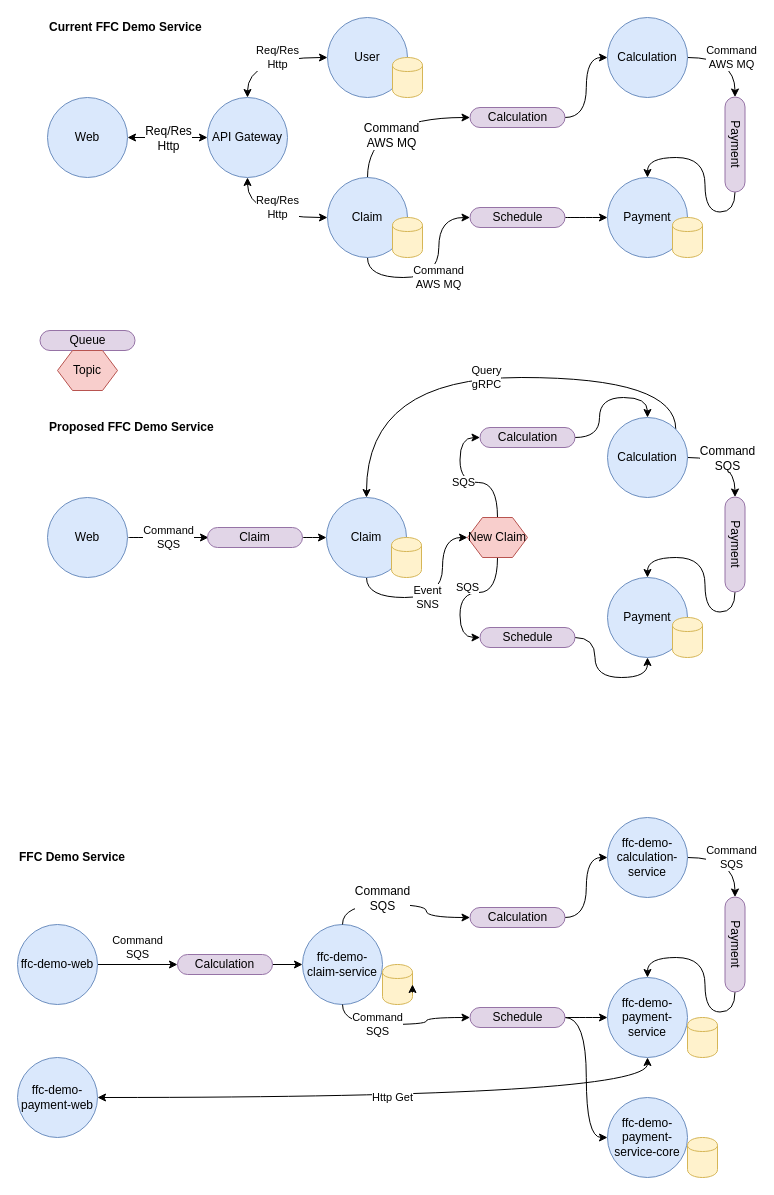
Earlier version of the draw.io diagram FFC Demo Service.drawio (johnwatson484/diagrams). Source tidied: cells renumbered, new cells numbered last; positions are measured from the earlier drawing's top-left corner, leaving out a move shared by most shapes. Both pictures are drawn from the tidied source at 100%, with x=0, y=0 at pixel (17, 17).
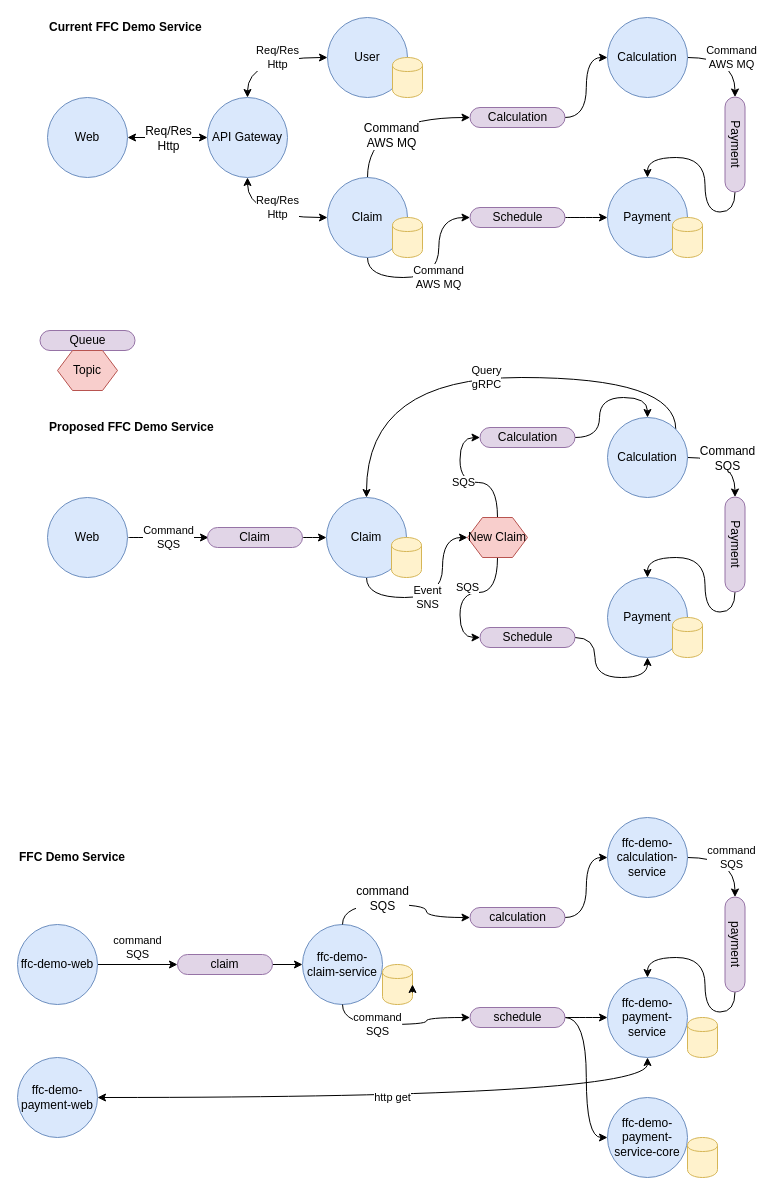
Above is the later version.

The change refers to these unchanged cells:
```xml
<mxCell id="2" value="ffc-demo-claim-service" style="ellipse;whiteSpace=wrap;html=1;fillColor=#dae8fc;strokeColor=#6c8ebf;" parent="1" vertex="1">
  <mxGeometry x="285" y="907" width="80" height="80" as="geometry" />
</mxCell>
<mxCell id="53" value="ffc-demo-web" style="ellipse;whiteSpace=wrap;html=1;fillColor=#dae8fc;strokeColor=#6c8ebf;" parent="1" vertex="1">
  <mxGeometry y="907" width="80" height="80" as="geometry" />
</mxCell>
<mxCell id="55" value="ffc-demo-calculation-service" style="ellipse;whiteSpace=wrap;html=1;fillColor=#dae8fc;strokeColor=#6c8ebf;" parent="1" vertex="1">
  <mxGeometry x="590" y="800" width="80" height="80" as="geometry" />
</mxCell>
<mxCell id="56" value="ffc-demo-payment-service" style="ellipse;whiteSpace=wrap;html=1;fillColor=#dae8fc;strokeColor=#6c8ebf;" parent="1" vertex="1">
  <mxGeometry x="590" y="960" width="80" height="80" as="geometry" />
</mxCell>
<mxCell id="58" style="edgeStyle=orthogonalEdgeStyle;curved=1;jumpStyle=arc;jettySize=auto;html=1;exitX=0.5;exitY=0;exitDx=0;exitDy=0;entryX=0;entryY=0.5;entryDx=0;entryDy=0;" parent="1" edge="1" source="2" target="63">
  <mxGeometry relative="1" as="geometry" />
</mxCell>
<mxCell id="73" value="ffc-demo-payment-web" style="ellipse;whiteSpace=wrap;html=1;fillColor=#dae8fc;strokeColor=#6c8ebf;" parent="1" vertex="1">
  <mxGeometry y="1040" width="80" height="80" as="geometry" />
</mxCell>
```

Change to the diagram source:
```diff
@@
-    <mxCell id="52" value="Command &lt;br&gt;SQS" style="edgeStyle=orthogonalEdgeStyle;rounded=0;jettySize=auto;html=1;" parent="1" edge="1" source="53" target="71">
+    <mxCell id="52" value="command &lt;br&gt;SQS" style="edgeStyle=orthogonalEdgeStyle;rounded=0;jettySize=auto;html=1;" parent="1" edge="1" source="53" target="71">
       <mxGeometry y="17" relative="1" as="geometry" />
     </mxCell>
@@
-    <mxCell id="54" value="Command&lt;br&gt;SQS" style="edgeStyle=orthogonalEdgeStyle;curved=1;jumpStyle=arc;jettySize=auto;html=1;exitX=1;exitY=0.5;exitDx=0;exitDy=0;entryX=0;entryY=0.5;entryDx=0;entryDy=0;" parent="1" edge="1" source="55" target="68">
+    <mxCell id="54" value="command&lt;br&gt;SQS" style="edgeStyle=orthogonalEdgeStyle;curved=1;jumpStyle=arc;jettySize=auto;html=1;exitX=1;exitY=0.5;exitDx=0;exitDy=0;entryX=0;entryY=0.5;entryDx=0;entryDy=0;" parent="1" edge="1" source="55" target="68">
       <mxGeometry relative="1" as="geometry" />
     </mxCell>
@@
-    <mxCell id="57" value="Command&lt;br&gt;SQS" style="edgeStyle=orthogonalEdgeStyle;jumpStyle=arc;jettySize=auto;html=1;exitX=0.5;exitY=1;exitDx=0;exitDy=0;entryX=0;entryY=0.5;entryDx=0;entryDy=0;curved=1;" parent="1" edge="1" source="2" target="66">
+    <mxCell id="57" value="command&lt;br&gt;SQS" style="edgeStyle=orthogonalEdgeStyle;jumpStyle=arc;jettySize=auto;html=1;exitX=0.5;exitY=1;exitDx=0;exitDy=0;entryX=0;entryY=0.5;entryDx=0;entryDy=0;curved=1;" parent="1" edge="1" source="2" target="66">
       <mxGeometry x="-0.29" relative="1" as="geometry" />
     </mxCell>
@@
-    <mxCell id="59" value="Command&lt;br&gt;SQS" style="text;html=1;align=center;verticalAlign=middle;labelBackgroundColor=#ffffff;fontColor=#000000;" parent="58" vertex="1">
+    <mxCell id="59" value="command&lt;br&gt;SQS" style="text;html=1;align=center;verticalAlign=middle;labelBackgroundColor=#ffffff;fontColor=#000000;" parent="58" vertex="1">
       <mxGeometry x="-0.47" y="-23" relative="1" as="geometry">
         <mxPoint x="16.7" y="-30" as="offset" />
       </mxGeometry>
     </mxCell>
@@
-    <mxCell id="63" value="Calculation" style="rounded=1;whiteSpace=wrap;html=1;fillColor=#e1d5e7;strokeColor=#9673a6;arcSize=50;rotation=0;" parent="1" vertex="1">
+    <mxCell id="63" value="calculation" style="rounded=1;whiteSpace=wrap;html=1;fillColor=#e1d5e7;strokeColor=#9673a6;arcSize=50;rotation=0;" parent="1" vertex="1">
       <mxGeometry x="452.5" y="890" width="95" height="20" as="geometry" />
     </mxCell>
@@
-    <mxCell id="66" value="Schedule" style="rounded=1;whiteSpace=wrap;html=1;fillColor=#e1d5e7;strokeColor=#9673a6;arcSize=50;rotation=0;" parent="1" vertex="1">
+    <mxCell id="66" value="schedule" style="rounded=1;whiteSpace=wrap;html=1;fillColor=#e1d5e7;strokeColor=#9673a6;arcSize=50;rotation=0;" parent="1" vertex="1">
       <mxGeometry x="452.5" y="990" width="95" height="20" as="geometry" />
     </mxCell>
@@
-    <mxCell id="68" value="Payment" style="rounded=1;whiteSpace=wrap;html=1;fillColor=#e1d5e7;strokeColor=#9673a6;arcSize=50;rotation=90;" parent="1" vertex="1">
+    <mxCell id="68" value="payment" style="rounded=1;whiteSpace=wrap;html=1;fillColor=#e1d5e7;strokeColor=#9673a6;arcSize=50;rotation=90;" parent="1" vertex="1">
       <mxGeometry x="670" y="917" width="95" height="20" as="geometry" />
     </mxCell>
@@
-    <mxCell id="71" value="Calculation" style="rounded=1;whiteSpace=wrap;html=1;fillColor=#e1d5e7;strokeColor=#9673a6;arcSize=50;rotation=0;" parent="1" vertex="1">
+    <mxCell id="71" value="claim" style="rounded=1;whiteSpace=wrap;html=1;fillColor=#e1d5e7;strokeColor=#9673a6;arcSize=50;rotation=0;" parent="1" vertex="1">
       <mxGeometry x="160" y="937" width="95" height="20" as="geometry" />
     </mxCell>
-    <mxCell id="72" value="Http Get" style="edgeStyle=orthogonalEdgeStyle;jettySize=auto;html=1;entryX=0.5;entryY=1;entryDx=0;entryDy=0;curved=1;startArrow=classic;startFill=1;" parent="1" edge="1" source="73" target="56">
+    <mxCell id="72" value="http get" style="edgeStyle=orthogonalEdgeStyle;jettySize=auto;html=1;entryX=0.5;entryY=1;entryDx=0;entryDy=0;curved=1;startArrow=classic;startFill=1;" parent="1" edge="1" source="73" target="56">
       <mxGeometry relative="1" as="geometry" />
     </mxCell>
```
